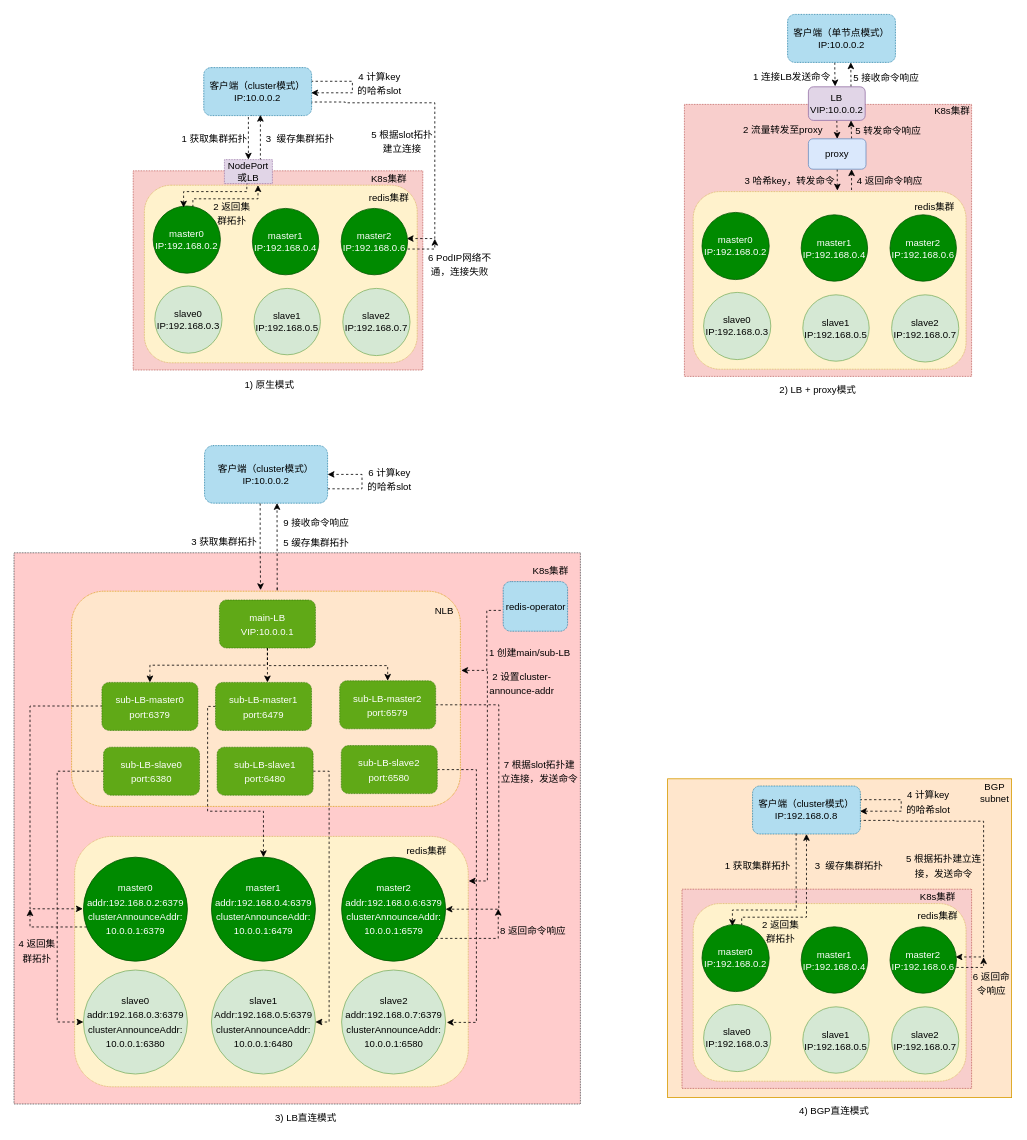
fengyinqiao/cloudimg keeps this draw.io diagram as diagrams/redis代理和LB优化.drawio. Above is the earlier version. Source tidied: cells renumbered, new cells numbered last; positions are measured from the earlier drawing's top-left corner, leaving out a move shared by most shapes. Both pictures are drawn from the tidied source at 80%, with x=0, y=0 at pixel (14, 14).
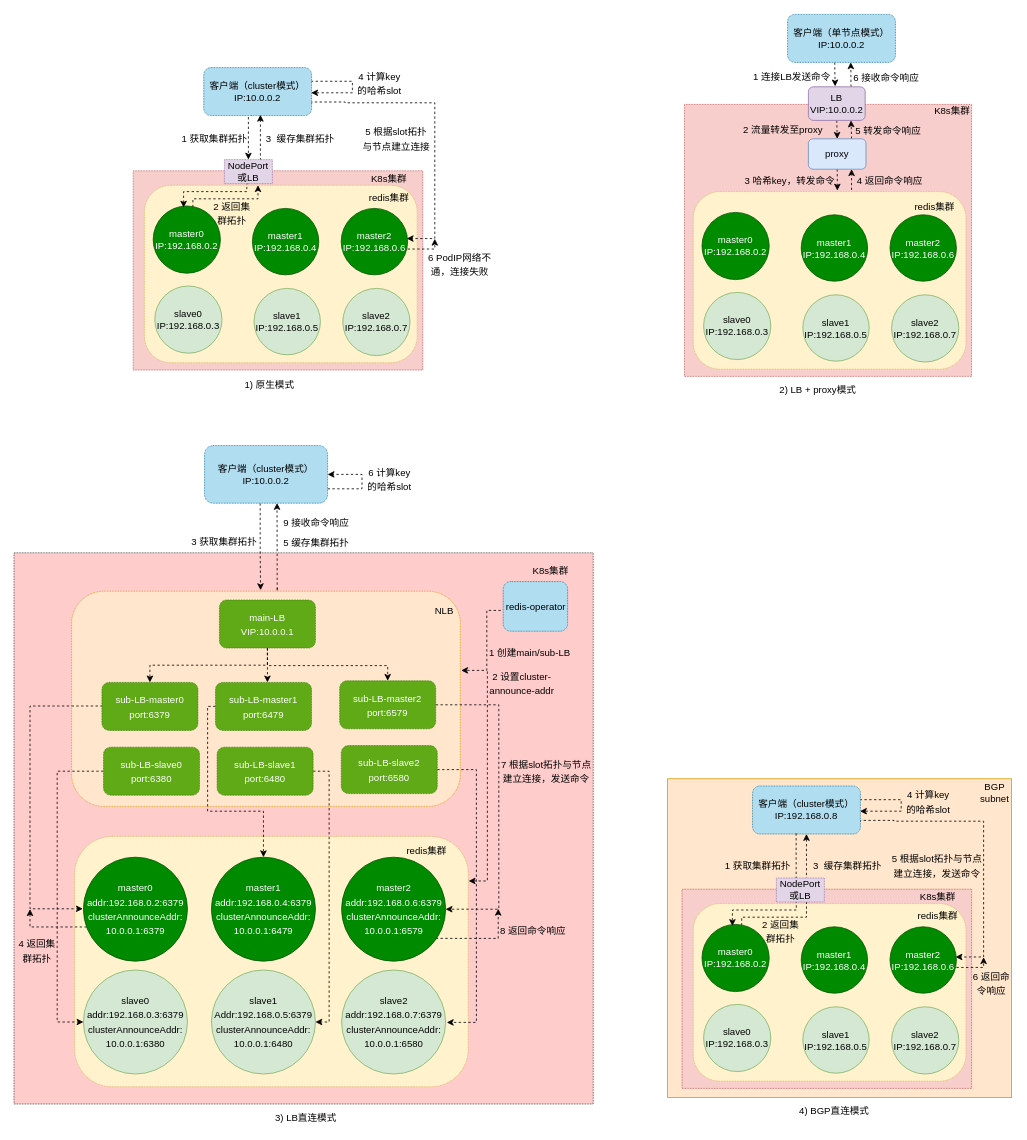
The same page after the edit.

Commit message:
更新redis代理和LB优化.drawio

Change to the diagram source:
```diff
@@
-    <mxCell id="37" value="&lt;p style=&quot;line-height: 150%;&quot;&gt;5 根据slot拓扑建立连接&lt;/p&gt;" style="text;html=1;strokeColor=none;fillColor=none;align=center;verticalAlign=middle;whiteSpace=wrap;rounded=0;" parent="1" vertex="1">
-      <mxGeometry x="445" y="144" width="81" height="30" as="geometry" />
+    <mxCell id="37" value="&lt;p style=&quot;line-height: 150%;&quot;&gt;5 根据slot拓扑与节点建立连接&lt;/p&gt;" style="text;html=1;strokeColor=none;fillColor=none;align=center;verticalAlign=middle;whiteSpace=wrap;rounded=0;" parent="1" vertex="1">
+      <mxGeometry x="434" y="141" width="88" height="30" as="geometry" />
     </mxCell>
@@
-    <mxCell id="41" value="&lt;p style=&quot;line-height: 150%;&quot;&gt;5 接收命令响应&lt;/p&gt;" style="text;html=1;strokeColor=none;fillColor=none;align=center;verticalAlign=middle;whiteSpace=wrap;rounded=0;" parent="1" vertex="1">
+    <mxCell id="41" value="&lt;p style=&quot;line-height: 150%;&quot;&gt;6 接收命令响应&lt;/p&gt;" style="text;html=1;strokeColor=none;fillColor=none;align=center;verticalAlign=middle;whiteSpace=wrap;rounded=0;" parent="1" vertex="1">
       <mxGeometry x="1042.5" y="70.5" width="94.8" height="17" as="geometry" />
     </mxCell>
@@
     <mxCell id="61" value="&lt;p style=&quot;line-height: 150%;&quot;&gt;3&amp;nbsp; 缓存集群拓扑&lt;/p&gt;" style="text;html=1;strokeColor=none;fillColor=none;align=center;verticalAlign=middle;whiteSpace=wrap;rounded=0;" parent="1" vertex="1">
-      <mxGeometry x="996.9" y="1052" width="94.2" height="24" as="geometry" />
+      <mxGeometry x="994.9" y="1052" width="94.2" height="24" as="geometry" />
     </mxCell>
@@
-    <mxCell id="64" value="&lt;p style=&quot;line-height: 150%;&quot;&gt;5 根据拓扑&lt;span style=&quot;background-color: initial;&quot;&gt;建立连接，发送命令&lt;/span&gt;&lt;/p&gt;" style="text;html=1;strokeColor=none;fillColor=none;align=center;verticalAlign=middle;whiteSpace=wrap;rounded=0;" parent="1" vertex="1">
-      <mxGeometry x="1112" y="1050" width="101" height="30" as="geometry" />
+    <mxCell id="64" value="&lt;p style=&quot;line-height: 150%;&quot;&gt;5 根据slot拓扑与节点&lt;span style=&quot;background-color: initial;&quot;&gt;建立连接，发送命令&lt;/span&gt;&lt;/p&gt;" style="text;html=1;strokeColor=none;fillColor=none;align=center;verticalAlign=middle;whiteSpace=wrap;rounded=0;" parent="1" vertex="1">
+      <mxGeometry x="1094" y="1050" width="120" height="30" as="geometry" />
     </mxCell>
@@
     <mxCell id="76" style="rounded=0;whiteSpace=wrap;html=1;fillColor=#ffcccc;dashed=1;dashPattern=1 1;strokeColor=#36393d;" parent="1" vertex="1">
-      <mxGeometry y="673.5" width="708" height="689" as="geometry" />
+      <mxGeometry y="673.5" width="724" height="689" as="geometry" />
     </mxCell>
@@
-    <mxCell id="95" value="&lt;p style=&quot;line-height: 150%;&quot;&gt;7 根据slot拓扑建立连接，发送命令&lt;/p&gt;" style="text;html=1;strokeColor=none;fillColor=none;align=center;verticalAlign=middle;whiteSpace=wrap;rounded=0;" parent="1" vertex="1">
-      <mxGeometry x="606" y="931.5" width="102" height="30" as="geometry" />
+    <mxCell id="95" value="&lt;p style=&quot;line-height: 150%;&quot;&gt;7 根据slot拓扑与节点建立连接，发送命令&lt;/p&gt;" style="text;html=1;strokeColor=none;fillColor=none;align=center;verticalAlign=middle;whiteSpace=wrap;rounded=0;" parent="1" vertex="1">
+      <mxGeometry x="606" y="931.5" width="119" height="30" as="geometry" />
     </mxCell>
@@
+    <mxCell id="126" value="NodePort或LB" style="text;html=1;strokeColor=#9673a6;fillColor=#e1d5e7;align=center;verticalAlign=middle;whiteSpace=wrap;rounded=0;dashed=1;dashPattern=1 1;" parent="1" vertex="1">
+      <mxGeometry x="953" y="1080" width="60" height="30" as="geometry" />
+    </mxCell>
```
